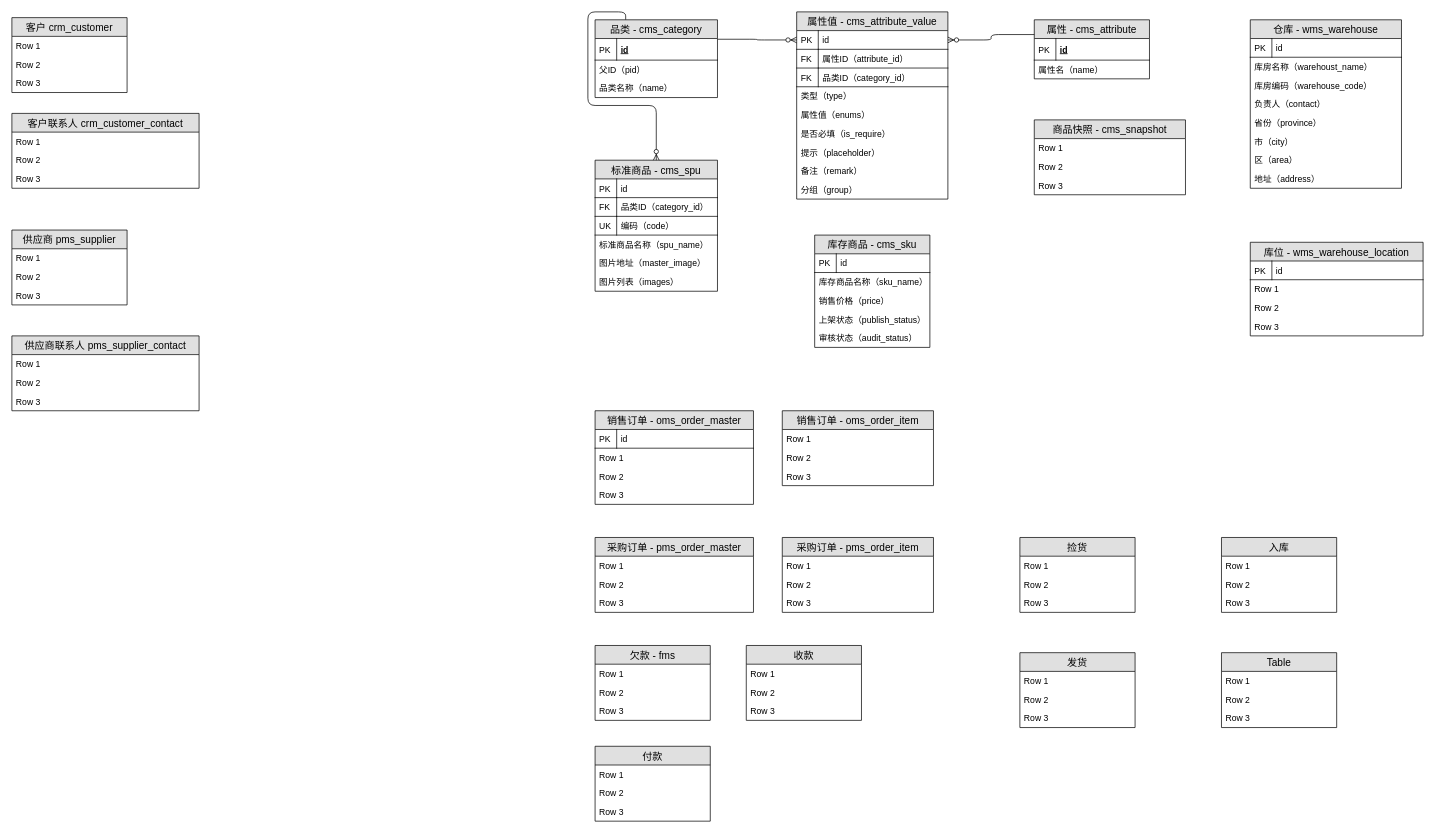
Before: page "第 1 页" (1 of 4) of 技术架构.drawio in jason-live/flow, a draw.io diagram. Source tidied: cells renumbered, new cells numbered last; positions are measured from the earlier drawing's top-left corner, leaving out a move shared by most shapes. Both pictures are drawn from the tidied source at 72%, with x=0, y=0 at pixel (12, 12).
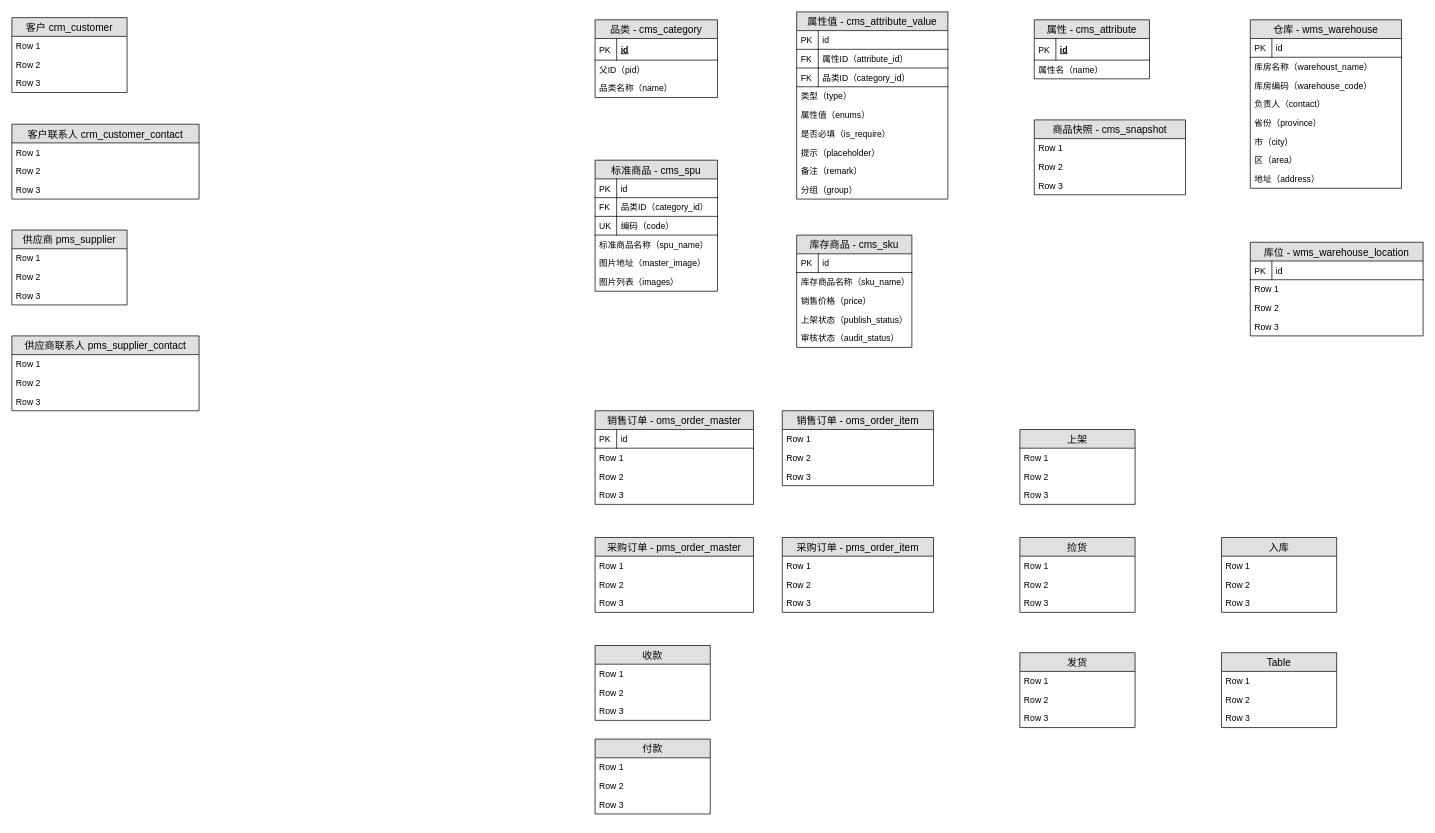
Above is the later version.

The change refers to these unchanged cells:
```xml
<mxCell id="2" value="属性 - cms_attribute" style="swimlane;fontStyle=0;horizontal=1;startSize=26;fillColor=#e0e0e0;swimlaneFillColor=#ffffff;align=center;fontSize=14;" parent="1" vertex="1">
  <mxGeometry x="1420" y="11" width="160" height="82" as="geometry" />
</mxCell>
<mxCell id="7" value="id" style="shape=partialRectangle;top=0;left=0;right=0;bottom=1;align=left;verticalAlign=top;fillColor=none;spacingLeft=34;spacingRight=4;overflow=hidden;points=[[0,0.5],[1,0.5]];portConstraint=eastwest;fontSize=12;" parent="6" vertex="1">
  <mxGeometry y="26" width="210" height="26" as="geometry" />
</mxCell>
<mxCell id="21" value="标准商品 - cms_spu" style="swimlane;fontStyle=0;horizontal=1;startSize=26;fillColor=#e0e0e0;swimlaneFillColor=#ffffff;align=center;fontSize=14;" parent="1" vertex="1">
  <mxGeometry x="810" y="206" width="170" height="182" as="geometry" />
</mxCell>
<mxCell id="32" value="品类 - cms_category" style="swimlane;fontStyle=0;horizontal=1;startSize=26;fillColor=#e0e0e0;swimlaneFillColor=#ffffff;align=center;fontSize=14;" parent="1" vertex="1">
  <mxGeometry x="810" y="11" width="170" height="108" as="geometry" />
</mxCell>
```

Change to the diagram source:
```diff
@@
-    <mxCell id="19" style="edgeStyle=orthogonalEdgeStyle;fontSize=12;html=1;endArrow=ERzeroToMany;endFill=1;entryX=0;entryY=0.5;entryDx=0;entryDy=0;exitX=1;exitY=0.25;exitDx=0;exitDy=0;" parent="1" edge="1" source="32" target="7">
-      <mxGeometry relative="1" as="geometry" />
-    </mxCell>
-    <mxCell id="20" style="edgeStyle=orthogonalEdgeStyle;fontSize=12;html=1;endArrow=ERzeroToMany;endFill=1;elbow=vertical;exitX=0;exitY=0.25;exitDx=0;exitDy=0;entryX=1;entryY=0.5;entryDx=0;entryDy=0;" parent="1" edge="1" source="2" target="7">
-      <mxGeometry relative="1" as="geometry" />
-    </mxCell>
@@
-    <mxCell id="31" style="fontSize=12;html=1;endArrow=ERzeroToMany;endFill=1;entryX=0.5;entryY=0;entryDx=0;entryDy=0;exitX=0.25;exitY=0;exitDx=0;exitDy=0;edgeStyle=orthogonalEdgeStyle;" parent="1" edge="1" source="32" target="21">
-      <mxGeometry relative="1" as="geometry">
-        <Array as="points">
-          <mxPoint x="853" />
-          <mxPoint x="800" />
-          <mxPoint x="800" y="130" />
-          <mxPoint x="895" y="130" />
-        </Array>
-      </mxGeometry>
-    </mxCell>
@@
     <mxCell id="47" value="库存商品 - cms_sku" style="swimlane;fontStyle=0;horizontal=1;startSize=26;fillColor=#e0e0e0;swimlaneFillColor=#ffffff;align=center;fontSize=14;" parent="1" vertex="1">
-      <mxGeometry x="1115" y="310" width="160" height="156" as="geometry" />
+      <mxGeometry x="1090" y="310" width="160" height="156" as="geometry" />
     </mxCell>
@@
     <mxCell id="78" value="客户联系人 crm_customer_contact" style="swimlane;fontStyle=0;horizontal=1;startSize=26;fillColor=#e0e0e0;swimlaneFillColor=#ffffff;align=center;fontSize=14;" parent="1" vertex="1">
-      <mxGeometry y="141" width="260" height="104" as="geometry" />
+      <mxGeometry y="156" width="260" height="104" as="geometry" />
     </mxCell>
@@
-    <mxCell id="98" value="欠款 - fms" style="swimlane;fontStyle=0;horizontal=1;startSize=26;fillColor=#e0e0e0;swimlaneFillColor=#ffffff;align=center;fontSize=14;" parent="1" vertex="1">
-      <mxGeometry x="810" y="880" width="160" height="104" as="geometry" />
-    </mxCell>
-    <mxCell id="99" value="Row 1" style="text;strokeColor=none;fillColor=none;spacingLeft=4;spacingRight=4;overflow=hidden;fontSize=12;" parent="98" vertex="1">
-      <mxGeometry y="26" width="160" height="26" as="geometry" />
-    </mxCell>
-    <mxCell id="100" value="Row 2" style="text;strokeColor=none;fillColor=none;spacingLeft=4;spacingRight=4;overflow=hidden;fontSize=12;" parent="98" vertex="1">
-      <mxGeometry y="52" width="160" height="26" as="geometry" />
-    </mxCell>
-    <mxCell id="101" value="Row 3" style="text;strokeColor=none;fillColor=none;spacingLeft=4;spacingRight=4;overflow=hidden;fontSize=12;" parent="98" vertex="1">
-      <mxGeometry y="78" width="160" height="26" as="geometry" />
-    </mxCell>
     <mxCell id="102" value="收款" style="swimlane;fontStyle=0;horizontal=1;startSize=26;fillColor=#e0e0e0;swimlaneFillColor=#ffffff;align=center;fontSize=14;" parent="1" vertex="1">
-      <mxGeometry x="1020" y="880" width="160" height="104" as="geometry" />
+      <mxGeometry x="810" y="880" width="160" height="104" as="geometry" />
     </mxCell>
@@
     <mxCell id="106" value="付款" style="swimlane;fontStyle=0;horizontal=1;startSize=26;fillColor=#e0e0e0;swimlaneFillColor=#ffffff;align=center;fontSize=14;" parent="1" vertex="1">
-      <mxGeometry x="810" y="1020" width="160" height="104" as="geometry" />
+      <mxGeometry x="810" y="1010" width="160" height="104" as="geometry" />
     </mxCell>
@@
+    <mxCell id="126" value="上架" style="swimlane;fontStyle=0;horizontal=1;startSize=26;fillColor=#e0e0e0;swimlaneFillColor=#ffffff;align=center;fontSize=14;" parent="1" vertex="1">
+      <mxGeometry x="1400" y="580" width="160" height="104" as="geometry" />
+    </mxCell>
+    <mxCell id="99" value="Row 1" style="text;strokeColor=none;fillColor=none;spacingLeft=4;spacingRight=4;overflow=hidden;fontSize=12;" parent="126" vertex="1">
+      <mxGeometry y="26" width="160" height="26" as="geometry" />
+    </mxCell>
+    <mxCell id="100" value="Row 2" style="text;strokeColor=none;fillColor=none;spacingLeft=4;spacingRight=4;overflow=hidden;fontSize=12;" parent="126" vertex="1">
+      <mxGeometry y="52" width="160" height="26" as="geometry" />
+    </mxCell>
+    <mxCell id="101" value="Row 3" style="text;strokeColor=none;fillColor=none;spacingLeft=4;spacingRight=4;overflow=hidden;fontSize=12;" parent="126" vertex="1">
+      <mxGeometry y="78" width="160" height="26" as="geometry" />
+    </mxCell>
```
